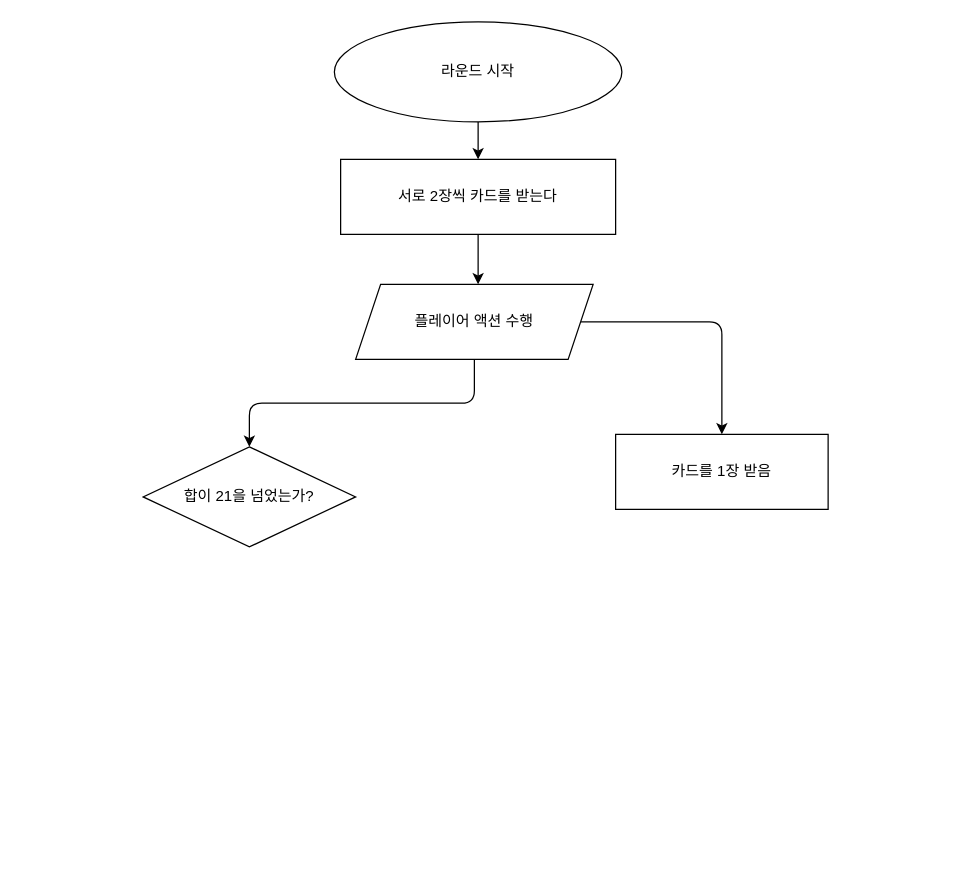
This is Untitled Diagram.drawio from lchj333/CreateTest, a draw.io file, before an edit. Source tidied: cells renumbered, new cells numbered last; positions are measured from the earlier drawing's top-left corner, leaving out a move shared by most shapes. Both pictures are drawn from the tidied source at 125%, with x=0, y=0 at pixel (142, 21).
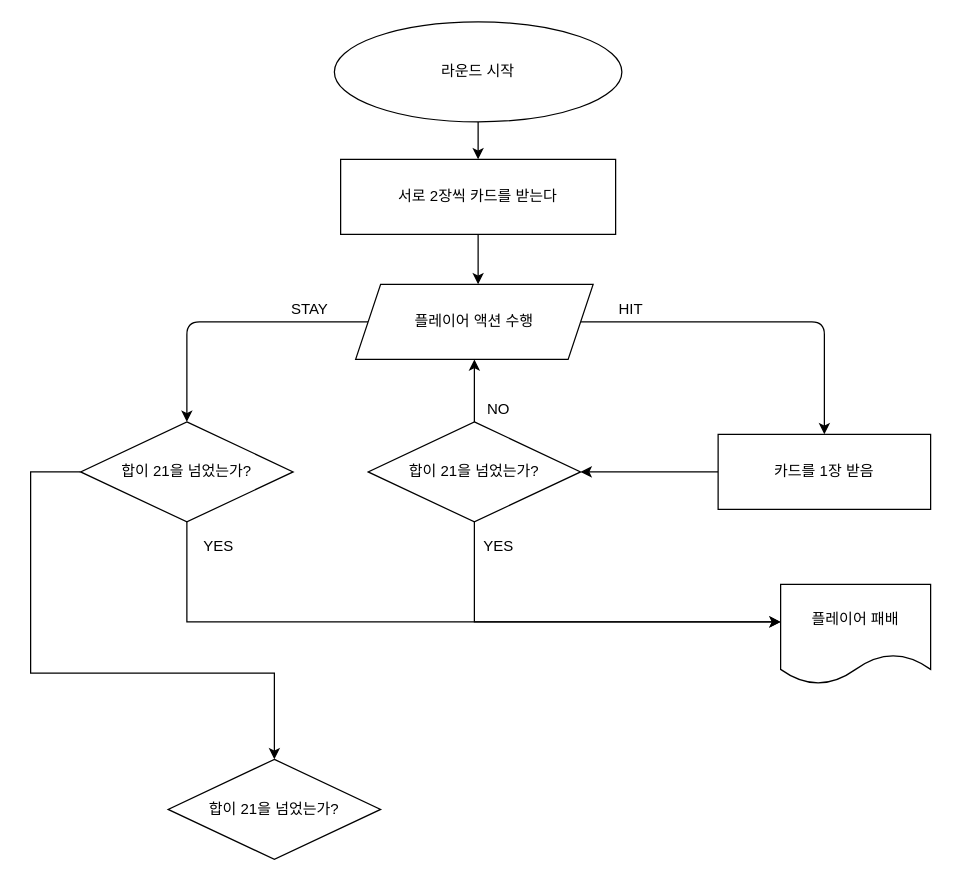
The same page after the edit.

The change refers to these unchanged cells:
```xml
<mxCell id="8" value="플레이어 액션 수행" style="shape=parallelogram;perimeter=parallelogramPerimeter;whiteSpace=wrap;html=1;fixedSize=1;rounded=0;sketch=0;" parent="1" vertex="1">
  <mxGeometry x="170" y="210" width="190" height="60" as="geometry" />
</mxCell>
```

The edit, as a diff of the source:
```diff
@@
     <mxCell id="7" style="edgeStyle=orthogonalEdgeStyle;curved=0;rounded=1;sketch=0;jettySize=auto;html=1;" parent="1" edge="1" source="8" target="10">
-      <mxGeometry relative="1" as="geometry" />
+      <mxGeometry relative="1" as="geometry">
+        <Array as="points">
+          <mxPoint x="35" y="240" />
+        </Array>
+      </mxGeometry>
     </mxCell>
@@
+    <mxCell id="11" style="edgeStyle=orthogonalEdgeStyle;rounded=0;jettySize=auto;html=1;" parent="1" edge="1" source="9" target="16">
+      <mxGeometry relative="1" as="geometry" />
+    </mxCell>
     <mxCell id="9" value="카드를 1장 받음" style="whiteSpace=wrap;html=1;rounded=0;sketch=0;" parent="1" vertex="1">
-      <mxGeometry x="378" y="330" width="170" height="60" as="geometry" />
+      <mxGeometry x="460" y="330" width="170" height="60" as="geometry" />
     </mxCell>
+    <mxCell id="12" style="edgeStyle=orthogonalEdgeStyle;rounded=0;jettySize=auto;html=1;" parent="1" edge="1" source="10" target="17">
+      <mxGeometry relative="1" as="geometry">
+        <Array as="points">
+          <mxPoint x="35" y="480" />
+        </Array>
+      </mxGeometry>
+    </mxCell>
+    <mxCell id="13" style="edgeStyle=orthogonalEdgeStyle;rounded=0;jettySize=auto;html=1;" parent="1" edge="1" source="10" target="23">
+      <mxGeometry relative="1" as="geometry">
+        <Array as="points">
+          <mxPoint x="-90" y="360" />
+          <mxPoint x="-90" y="521" />
+          <mxPoint x="105" y="521" />
+        </Array>
+      </mxGeometry>
+    </mxCell>
     <mxCell id="10" value="합이 21을 넘었는가?" style="rhombus;whiteSpace=wrap;html=1;rounded=0;sketch=0;" parent="1" vertex="1">
-      <mxGeometry y="340" width="170" height="80" as="geometry" />
+      <mxGeometry x="-50" y="320" width="170" height="80" as="geometry" />
     </mxCell>
+    <mxCell id="14" style="edgeStyle=orthogonalEdgeStyle;rounded=0;jettySize=auto;html=1;" parent="1" edge="1" source="16" target="8">
+      <mxGeometry relative="1" as="geometry" />
+    </mxCell>
+    <mxCell id="15" style="edgeStyle=orthogonalEdgeStyle;rounded=0;jettySize=auto;html=1;" parent="1" edge="1" source="16" target="17">
+      <mxGeometry relative="1" as="geometry">
+        <Array as="points">
+          <mxPoint x="265" y="480" />
+        </Array>
+      </mxGeometry>
+    </mxCell>
+    <mxCell id="16" value="합이 21을 넘었는가?" style="rhombus;whiteSpace=wrap;html=1;rounded=0;sketch=0;" parent="1" vertex="1">
+      <mxGeometry x="180" y="320" width="170" height="80" as="geometry" />
+    </mxCell>
+    <mxCell id="17" value="플레이어 패배" style="shape=document;whiteSpace=wrap;html=1;boundedLbl=1;rounded=0;sketch=0;" parent="1" vertex="1">
+      <mxGeometry x="510" y="450" width="120" height="80" as="geometry" />
+    </mxCell>
+    <mxCell id="18" value="NO" style="text;html=1;align=center;verticalAlign=middle;" parent="1" vertex="1">
+      <mxGeometry x="269" y="300" width="30" height="20" as="geometry" />
+    </mxCell>
+    <mxCell id="19" value="YES" style="text;html=1;align=center;verticalAlign=middle;" parent="1" vertex="1">
+      <mxGeometry x="264" y="410" width="40" height="20" as="geometry" />
+    </mxCell>
+    <mxCell id="20" value="STAY" style="text;html=1;align=center;verticalAlign=middle;" parent="1" vertex="1">
+      <mxGeometry x="108" y="220" width="50" height="20" as="geometry" />
+    </mxCell>
+    <mxCell id="21" value="HIT" style="text;html=1;align=center;verticalAlign=middle;" parent="1" vertex="1">
+      <mxGeometry x="375" y="220" width="30" height="20" as="geometry" />
+    </mxCell>
+    <mxCell id="22" value="YES" style="text;html=1;align=center;verticalAlign=middle;" parent="1" vertex="1">
+      <mxGeometry x="40" y="410" width="40" height="20" as="geometry" />
+    </mxCell>
+    <mxCell id="23" value="합이 21을 넘었는가?" style="rhombus;whiteSpace=wrap;html=1;rounded=0;sketch=0;" parent="1" vertex="1">
+      <mxGeometry x="20" y="590" width="170" height="80" as="geometry" />
+    </mxCell>
```
